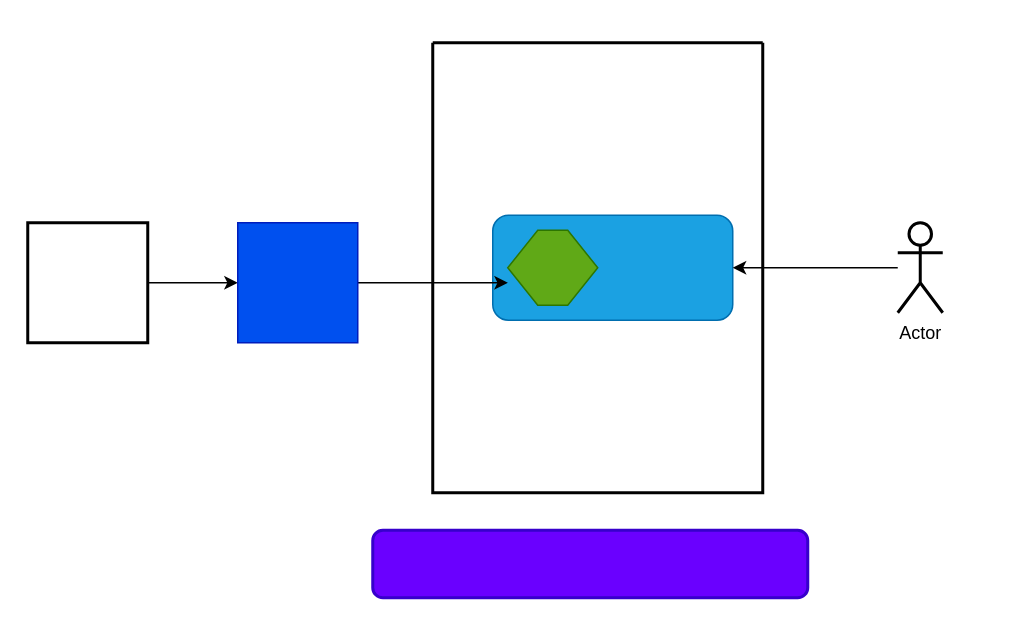
The draw.io diagram Untitled Diagram.drawio in govindsinghsidhu/weather, before the edit. Source tidied: cells renumbered, new cells numbered last; positions are measured from the earlier drawing's top-left corner, leaving out a move shared by most shapes. Both pictures are drawn from the tidied source at 150%, with x=0, y=0 at pixel (27, 42).
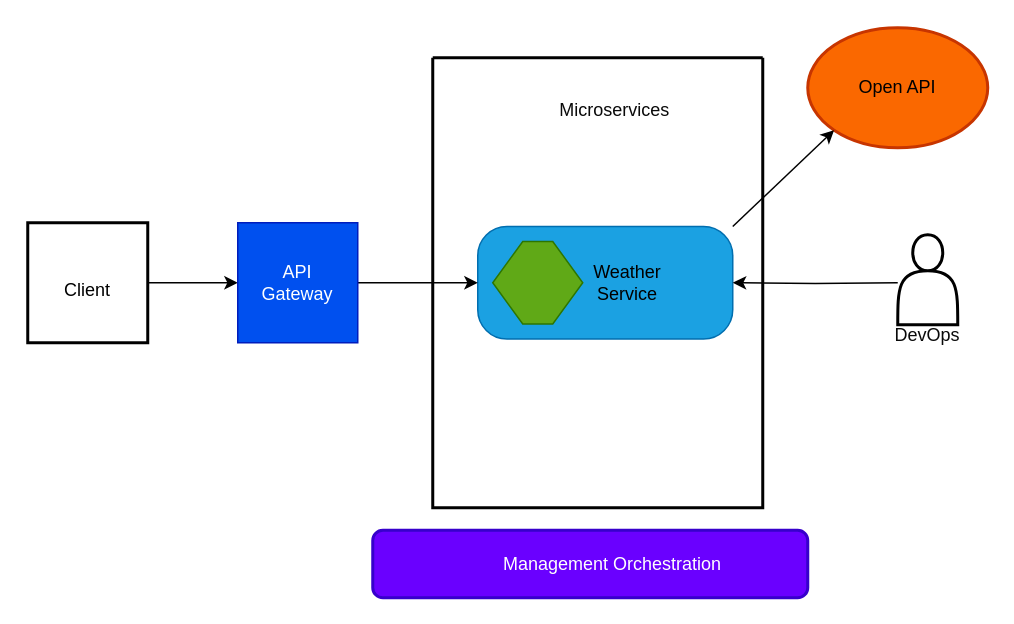
The same diagram, later.

The change refers to these unchanged cells:
```xml
<mxCell id="8" style="whiteSpace=wrap;html=1;strokeWidth=1;fillColor=#0050ef;fontColor=#ffffff;strokeColor=#001DBC;" parent="1" vertex="1">
  <mxGeometry x="140" y="120" width="80" height="80" as="geometry" />
</mxCell>
```

Diff of the diagram source:
```diff
@@
     <mxCell id="2" style="swimlane;startSize=0;strokeWidth=2;shadow=0;swimlaneLine=0;glass=0;rounded=0;" parent="1" vertex="1">
-      <mxGeometry x="270" width="220" height="300" as="geometry" />
+      <mxGeometry x="270" y="10" width="220" height="300" as="geometry" />
     </mxCell>
-    <mxCell id="3" style="rounded=1;whiteSpace=wrap;html=1;fillColor=#1ba1e2;fontColor=#ffffff;strokeColor=#006EAF;" parent="2" vertex="1">
-      <mxGeometry x="40" y="115" width="160" height="70" as="geometry" />
+    <mxCell id="3" style="rounded=1;whiteSpace=wrap;html=1;fillColor=#1ba1e2;fontColor=#ffffff;strokeColor=#006EAF;arcSize=26;" parent="2" vertex="1">
+      <mxGeometry x="30" y="112.5" width="170" height="75" as="geometry" />
     </mxCell>
     <mxCell id="4" style="shape=hexagon;perimeter=hexagonPerimeter2;whiteSpace=wrap;html=1;fixedSize=1;fillColor=#60a917;fontColor=#ffffff;strokeColor=#2D7600;" parent="2" vertex="1">
-      <mxGeometry x="50" y="125" width="60" height="50" as="geometry" />
+      <mxGeometry x="40" y="122.5" width="60" height="55" as="geometry" />
     </mxCell>
+    <mxCell id="12" value="Weather Service" style="text;html=1;strokeColor=none;fillColor=none;align=center;verticalAlign=middle;whiteSpace=wrap;rounded=0;shadow=0;glass=0;" parent="2" vertex="1">
+      <mxGeometry x="100" y="135" width="60" height="30" as="geometry" />
+    </mxCell>
+    <mxCell id="13" value="Microservices" style="text;html=1;strokeColor=none;fillColor=none;align=center;verticalAlign=middle;whiteSpace=wrap;rounded=0;shadow=0;glass=0;fontColor=#0A0A0A;" parent="2" vertex="1">
+      <mxGeometry x="73" y="20" width="97" height="30" as="geometry" />
+    </mxCell>
@@
-    <mxCell id="7" style="edgeStyle=orthogonalEdgeStyle;rounded=0;jettySize=auto;html=1;entryX=0.063;entryY=0.643;entryDx=0;entryDy=0;entryPerimeter=0;" parent="1" edge="1" source="8" target="3">
+    <mxCell id="7" style="edgeStyle=orthogonalEdgeStyle;rounded=0;jettySize=auto;html=1;entryX=0;entryY=0.5;entryDx=0;entryDy=0;" parent="1" edge="1" source="8" target="3">
       <mxGeometry relative="1" as="geometry" />
     </mxCell>
@@
-    <mxCell id="9" style="edgeStyle=orthogonalEdgeStyle;rounded=0;jettySize=auto;html=1;entryX=1;entryY=0.5;entryDx=0;entryDy=0;" parent="1" edge="1" source="10" target="3">
-      <mxGeometry relative="1" as="geometry" />
+    <mxCell id="9" style="edgeStyle=orthogonalEdgeStyle;rounded=0;jettySize=auto;html=1;entryX=1;entryY=0.5;entryDx=0;entryDy=0;" parent="1" edge="1" target="3">
+      <mxGeometry relative="1" as="geometry">
+        <mxPoint x="580" y="160" as="sourcePoint" />
+      </mxGeometry>
     </mxCell>
-    <mxCell id="10" value="Actor" style="shape=umlActor;verticalLabelPosition=bottom;verticalAlign=top;html=1;outlineConnect=0;strokeWidth=2;" parent="1" vertex="1">
-      <mxGeometry x="580" y="120" width="30" height="60" as="geometry" />
-    </mxCell>
@@
+    <mxCell id="14" style="ellipse;whiteSpace=wrap;html=1;rounded=0;shadow=0;glass=0;strokeWidth=2;fillColor=#fa6800;fontColor=#000000;strokeColor=#C73500;" parent="1" vertex="1">
+      <mxGeometry x="520" y="-10" width="120" height="80" as="geometry" />
+    </mxCell>
+    <mxCell id="15" value="Open API" style="text;html=1;strokeColor=none;fillColor=none;align=center;verticalAlign=middle;whiteSpace=wrap;rounded=0;shadow=0;glass=0;" parent="1" vertex="1">
+      <mxGeometry x="550" y="15" width="60" height="30" as="geometry" />
+    </mxCell>
+    <mxCell id="16" value="API Gateway" style="text;html=1;strokeColor=none;fillColor=none;align=center;verticalAlign=middle;whiteSpace=wrap;rounded=0;shadow=0;glass=0;fontColor=#FFFFFF;" parent="1" vertex="1">
+      <mxGeometry x="150" y="145" width="60" height="30" as="geometry" />
+    </mxCell>
+    <mxCell id="17" value="Client" style="text;html=1;strokeColor=none;fillColor=none;align=center;verticalAlign=middle;whiteSpace=wrap;rounded=0;shadow=0;glass=0;" parent="1" vertex="1">
+      <mxGeometry x="10" y="150" width="60" height="30" as="geometry" />
+    </mxCell>
+    <mxCell id="18" value="Management Orchestration" style="text;html=1;strokeColor=none;fillColor=none;align=center;verticalAlign=middle;whiteSpace=wrap;rounded=0;shadow=0;glass=0;fontColor=#FFFFFF;" parent="1" vertex="1">
+      <mxGeometry x="290" y="332.5" width="200" height="30" as="geometry" />
+    </mxCell>
+    <mxCell id="19" style="shape=actor;whiteSpace=wrap;html=1;rounded=0;shadow=0;glass=0;fontColor=#FFFFFF;strokeWidth=2;" parent="1" vertex="1">
+      <mxGeometry x="580" y="128" width="40" height="60" as="geometry" />
+    </mxCell>
+    <mxCell id="20" value="DevOps" style="text;html=1;strokeColor=none;fillColor=none;align=center;verticalAlign=middle;whiteSpace=wrap;rounded=0;shadow=0;glass=0;fontColor=#0A0A0A;" parent="1" vertex="1">
+      <mxGeometry x="570" y="180" width="60" height="30" as="geometry" />
+    </mxCell>
+    <mxCell id="21" style="endArrow=classic;html=1;rounded=0;fontColor=#0A0A0A;exitX=1;exitY=0;exitDx=0;exitDy=0;entryX=0;entryY=1;entryDx=0;entryDy=0;" parent="1" edge="1" source="3" target="14">
+      <mxGeometry relative="1" as="geometry" />
+    </mxCell>
```
